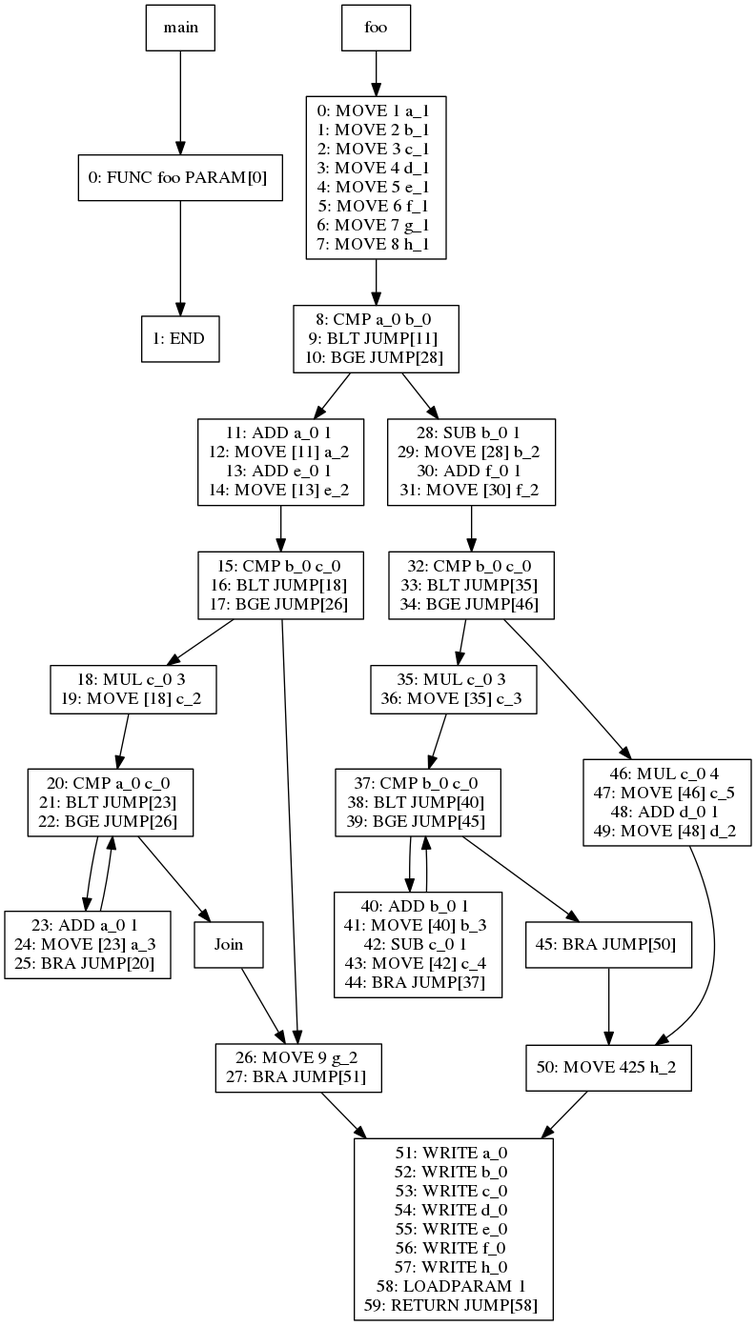
Earlier version of the Graphviz export viz/test013.dot.png (jiahanwang/PL241-Compiler). Its source is kept beside it as viz/test013.dot.
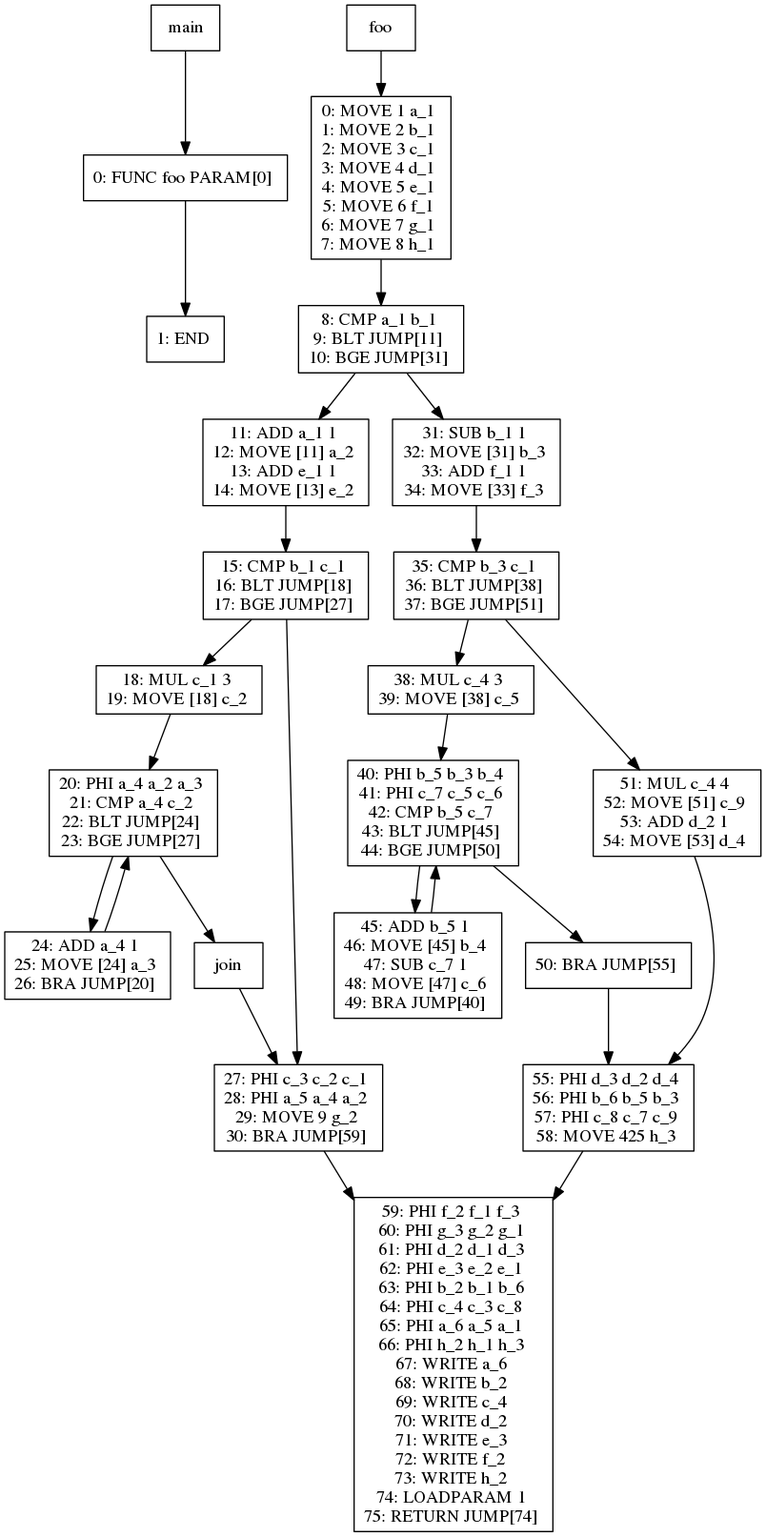
After the commit.

What changed in the source:
```diff
@@ -19,94 +19,110 @@
 7: MOVE 8 h_1
 "]
 4 -> 12
-12[label="8: CMP a_0 b_0
+12[label="8: CMP a_1 b_1
 9: BLT JUMP[11]
-10: BGE JUMP[28]
+10: BGE JUMP[31]
 "]
 12 -> 14
-14[label="11: ADD a_0 1
+14[label="11: ADD a_1 1
 12: MOVE [11] a_2
-13: ADD e_0 1
+13: ADD e_1 1
 14: MOVE [13] e_2
 "]
 14 -> 16
-16[label="15: CMP b_0 c_0
+16[label="15: CMP b_1 c_1
 16: BLT JUMP[18]
-17: BGE JUMP[26]
+17: BGE JUMP[27]
 "]
 16 -> 18
-18[label="18: MUL c_0 3
+18[label="18: MUL c_1 3
 19: MOVE [18] c_2
 "]
 18 -> 19
-19[label="20: CMP a_0 c_0
-21: BLT JUMP[23]
-22: BGE JUMP[26]
+19[label="20: PHI a_4 a_2 a_3
+21: CMP a_4 c_2
+22: BLT JUMP[24]
+23: BGE JUMP[27]
 "]
 19 -> 21
-21[label="23: ADD a_0 1
-24: MOVE [23] a_3
-25: BRA JUMP[20]
+21[label="24: ADD a_4 1
+25: MOVE [24] a_3
+26: BRA JUMP[20]
 "]
 21 -> 19
 19 -> 20
-20[label="Join"]
+20[label="join"]
 20 -> 17
-17[label="26: MOVE 9 g_2
-27: BRA JUMP[51]
+17[label="27: PHI c_3 c_2 c_1
+28: PHI a_5 a_4 a_2
+29: MOVE 9 g_2
+30: BRA JUMP[59]
 "]
 17 -> 13
-13[label="51: WRITE a_0
-52: WRITE b_0
-53: WRITE c_0
-54: WRITE d_0
-55: WRITE e_0
-56: WRITE f_0
-57: WRITE h_0
-58: LOADPARAM 1
-59: RETURN JUMP[58]
+13[label="59: PHI f_2 f_1 f_3
+60: PHI g_3 g_2 g_1
+61: PHI d_2 d_1 d_3
+62: PHI e_3 e_2 e_1
+63: PHI b_2 b_1 b_6
+64: PHI c_4 c_3 c_8
+65: PHI a_6 a_5 a_1
+66: PHI h_2 h_1 h_3
+67: WRITE a_6
+68: WRITE b_2
+69: WRITE c_4
+70: WRITE d_2
+71: WRITE e_3
+72: WRITE f_2
+73: WRITE h_2
+74: LOADPARAM 1
+75: RETURN JUMP[74]
 "]
 16 -> 17
 12 -> 23
-23[label="28: SUB b_0 1
-29: MOVE [28] b_2
-30: ADD f_0 1
-31: MOVE [30] f_2
+23[label="31: SUB b_1 1
+32: MOVE [31] b_3
+33: ADD f_1 1
+34: MOVE [33] f_3
 "]
 23 -> 25
-25[label="32: CMP b_0 c_0
-33: BLT JUMP[35]
-34: BGE JUMP[46]
+25[label="35: CMP b_3 c_1
+36: BLT JUMP[38]
+37: BGE JUMP[51]
 "]
 25 -> 27
-27[label="35: MUL c_0 3
-36: MOVE [35] c_3
+27[label="38: MUL c_4 3
+39: MOVE [38] c_5
 "]
 27 -> 28
-28[label="37: CMP b_0 c_0
-38: BLT JUMP[40]
-39: BGE JUMP[45]
+28[label="40: PHI b_5 b_3 b_4
+41: PHI c_7 c_5 c_6
+42: CMP b_5 c_7
+43: BLT JUMP[45]
+44: BGE JUMP[50]
 "]
 28 -> 30
-30[label="40: ADD b_0 1
-41: MOVE [40] b_3
-42: SUB c_0 1
-43: MOVE [42] c_4
-44: BRA JUMP[37]
+30[label="45: ADD b_5 1
+46: MOVE [45] b_4
+47: SUB c_7 1
+48: MOVE [47] c_6
+49: BRA JUMP[40]
 "]
 30 -> 28
 28 -> 29
-29[label="45: BRA JUMP[50]
+29[label="50: BRA JUMP[55]
 "]
 29 -> 26
-26[label="50: MOVE 425 h_2
+26[label="55: PHI d_3 d_2 d_4
+56: PHI b_6 b_5 b_3
+57: PHI c_8 c_7 c_9
+58: MOVE 425 h_3
 "]
 26 -> 13
 25 -> 32
-32[label="46: MUL c_0 4
-47: MOVE [46] c_5
-48: ADD d_0 1
-49: MOVE [48] d_2
+32[label="51: MUL c_4 4
+52: MOVE [51] c_9
+53: ADD d_2 1
+54: MOVE [53] d_4
 "]
 32 -> 26
 }
```
